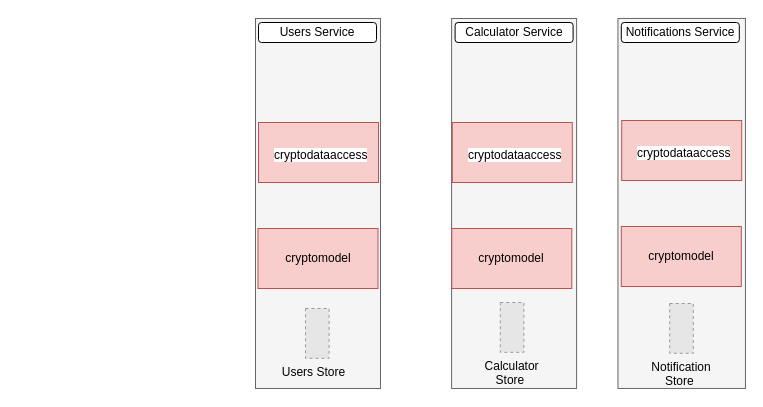
The draw.io diagram CryptoCalculatorService/Untitled Diagram.drawio in athanikos/CryptoCalculatorService, before the edit. Source tidied: cells renumbered, new cells numbered last; positions are measured from the earlier drawing's top-left corner, leaving out a move shared by most shapes. Both pictures are drawn from the tidied source at 100%, with x=0, y=0 at pixel (133, 22). Pictures stored in the file or linked from it are replaced by grey dashed boxes.
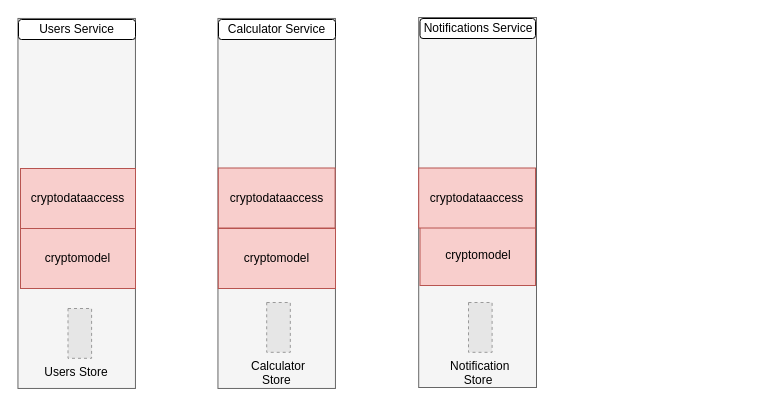
The same page after the edit.

Change to the diagram source:
```diff
@@
 <mxGraphModel>
   <root>
     <mxCell id="0" />
     <mxCell id="1" parent="0" />
     <mxCell id="2" style="rounded=0;whiteSpace=wrap;html=1;sketch=0;rotation=90;fillColor=#f5f5f5;strokeColor=#666666;fontColor=#333333;" parent="1" vertex="1">
-      <mxGeometry x="363.2" y="117.2" width="370" height="127.5" as="geometry" />
+      <mxGeometry x="159.1" y="121.1" width="370" height="117.8" as="geometry" />
     </mxCell>
     <mxCell id="3" style="rounded=0;whiteSpace=wrap;html=1;sketch=0;rotation=90;fillColor=#f5f5f5;strokeColor=#666666;fontColor=#333333;" parent="1" vertex="1">
-      <mxGeometry x="195.6" y="118.5" width="370" height="125" as="geometry" />
+      <mxGeometry x="-41.8" y="122.2" width="370" height="117.5" as="geometry" />
     </mxCell>
     <mxCell id="4" style="rounded=0;whiteSpace=wrap;html=1;sketch=0;rotation=90;fillColor=#f5f5f5;strokeColor=#666666;fontColor=#333333;align=left;" parent="1" vertex="1">
-      <mxGeometry x="-0.5" y="118.5" width="370" height="125" as="geometry" />
+      <mxGeometry x="-241.8" y="122.2" width="370" height="117.5" as="geometry" />
     </mxCell>
     <mxCell id="5" value="Users Store  " style="fillColor=#E6E6E6;strokeColor=#999999;dashed=1;verticalLabelPosition=bottom;verticalAlign=top;" parent="1" vertex="1">
-      <mxGeometry x="172" y="286" width="23.6" height="49.8" as="geometry" />
+      <mxGeometry x="-65.5" y="286" width="23.6" height="49.8" as="geometry" />
     </mxCell>
     <mxCell id="6" value="Calculator&#10;Store " style="fillColor=#E6E6E6;strokeColor=#999999;dashed=1;verticalLabelPosition=bottom;verticalAlign=top;" parent="1" vertex="1">
-      <mxGeometry x="366.8" y="280" width="23.6" height="49.8" as="geometry" />
+      <mxGeometry x="133.2" y="280" width="23.6" height="49.8" as="geometry" />
     </mxCell>
-    <mxCell id="7" style="rounded=0;whiteSpace=wrap;html=1;fillColor=#f8cecc;strokeColor=#b85450;" parent="1" vertex="1">
-      <mxGeometry x="125" y="100" width="120" height="60" as="geometry" />
-    </mxCell>
     <mxCell id="8" value="cryptomodel" style="rounded=0;whiteSpace=wrap;html=1;fillColor=#f8cecc;strokeColor=#b85450;" parent="1" vertex="1">
-      <mxGeometry x="124.5" y="206" width="120" height="60" as="geometry" />
+      <mxGeometry x="-113" y="206" width="115" height="60" as="geometry" />
     </mxCell>
     <mxCell id="9" value="Notification&#10;Store " style="fillColor=#E6E6E6;strokeColor=#999999;dashed=1;verticalLabelPosition=bottom;verticalAlign=top;" parent="1" vertex="1">
-      <mxGeometry x="536.2" y="281" width="23.6" height="49.8" as="geometry" />
+      <mxGeometry x="335" y="280" width="23.6" height="49.8" as="geometry" />
     </mxCell>
-    <mxCell id="10" value="&lt;span style=&quot;color: rgb(0 , 0 , 0) ; font-family: &amp;#34;helvetica&amp;#34; ; font-size: 12px ; font-style: normal ; font-weight: 400 ; letter-spacing: normal ; text-align: center ; text-indent: 0px ; text-transform: none ; word-spacing: 0px ; display: inline ; float: none ; background-color: rgb(255 , 255 , 255)&quot;&gt;cryptodataaccess&lt;/span&gt;" style="text;whiteSpace=wrap;html=1;" parent="1" vertex="1">
-      <mxGeometry x="138.8" y="118.5" width="90" height="30" as="geometry" />
-    </mxCell>
-    <mxCell id="11" style="rounded=0;whiteSpace=wrap;html=1;fillColor=#f8cecc;strokeColor=#b85450;" parent="1" vertex="1">
-      <mxGeometry x="318.8" y="100" width="120" height="60" as="geometry" />
+    <mxCell id="11" value="cryptodataaccess" style="rounded=0;whiteSpace=wrap;html=1;fillColor=#f8cecc;strokeColor=#b85450;" parent="1" vertex="1">
+      <mxGeometry x="84.8" y="145.5" width="116.8" height="60" as="geometry" />
     </mxCell>
     <mxCell id="12" value="cryptomodel" style="rounded=0;whiteSpace=wrap;html=1;fillColor=#f8cecc;strokeColor=#b85450;" parent="1" vertex="1">
-      <mxGeometry x="318.3" y="206" width="120" height="60" as="geometry" />
+      <mxGeometry x="84.8" y="206" width="117.2" height="60" as="geometry" />
     </mxCell>
-    <mxCell id="13" value="&lt;span style=&quot;color: rgb(0 , 0 , 0) ; font-family: &amp;#34;helvetica&amp;#34; ; font-size: 12px ; font-style: normal ; font-weight: 400 ; letter-spacing: normal ; text-align: center ; text-indent: 0px ; text-transform: none ; word-spacing: 0px ; display: inline ; float: none ; background-color: rgb(255 , 255 , 255)&quot;&gt;cryptodataaccess&lt;/span&gt;" style="text;whiteSpace=wrap;html=1;" parent="1" vertex="1">
-      <mxGeometry x="332.6" y="118.5" width="90" height="30" as="geometry" />
-    </mxCell>
-    <mxCell id="14" style="rounded=0;whiteSpace=wrap;html=1;fillColor=#f8cecc;strokeColor=#b85450;" parent="1" vertex="1">
-      <mxGeometry x="488.2" y="98" width="120" height="60" as="geometry" />
-    </mxCell>
     <mxCell id="15" value="cryptomodel" style="rounded=0;whiteSpace=wrap;html=1;fillColor=#f8cecc;strokeColor=#b85450;" parent="1" vertex="1">
-      <mxGeometry x="487.8" y="204" width="120" height="60" as="geometry" />
+      <mxGeometry x="286.5" y="203" width="115.5" height="60" as="geometry" />
     </mxCell>
-    <mxCell id="16" value="&lt;span style=&quot;color: rgb(0 , 0 , 0) ; font-family: &amp;#34;helvetica&amp;#34; ; font-size: 12px ; font-style: normal ; font-weight: 400 ; letter-spacing: normal ; text-align: center ; text-indent: 0px ; text-transform: none ; word-spacing: 0px ; display: inline ; float: none ; background-color: rgb(255 , 255 , 255)&quot;&gt;cryptodataaccess&lt;/span&gt;" style="text;whiteSpace=wrap;html=1;" parent="1" vertex="1">
-      <mxGeometry x="502" y="116.5" width="90" height="30" as="geometry" />
-    </mxCell>
     <mxCell id="17" value="Users Service" style="rounded=1;whiteSpace=wrap;html=1;sketch=0;" parent="1" vertex="1">
-      <mxGeometry x="125" width="118" height="20" as="geometry" />
+      <mxGeometry x="-115" y="-3" width="117" height="20" as="geometry" />
     </mxCell>
     <mxCell id="18" value="Calculator Service" style="rounded=1;whiteSpace=wrap;html=1;sketch=0;" parent="1" vertex="1">
-      <mxGeometry x="321.6" width="118" height="20" as="geometry" />
+      <mxGeometry x="85" y="-3" width="117" height="20" as="geometry" />
     </mxCell>
     <mxCell id="19" value="Notifications Service" style="rounded=1;whiteSpace=wrap;html=1;sketch=0;" parent="1" vertex="1">
-      <mxGeometry x="487.8" width="118" height="20" as="geometry" />
+      <mxGeometry x="286.5" y="-4" width="115.5" height="20" as="geometry" />
     </mxCell>
+    <mxCell id="20" value="cryptodataaccess" style="rounded=0;whiteSpace=wrap;html=1;fillColor=#f8cecc;strokeColor=#b85450;" parent="1" vertex="1">
+      <mxGeometry x="285.2" y="145.5" width="116.8" height="60" as="geometry" />
+    </mxCell>
+    <mxCell id="21" value="cryptodataaccess" style="rounded=0;whiteSpace=wrap;html=1;fillColor=#f8cecc;strokeColor=#b85450;" parent="1" vertex="1">
+      <mxGeometry x="-113" y="146" width="115" height="60" as="geometry" />
+    </mxCell>
   </root>
 </mxGraphModel>
```
